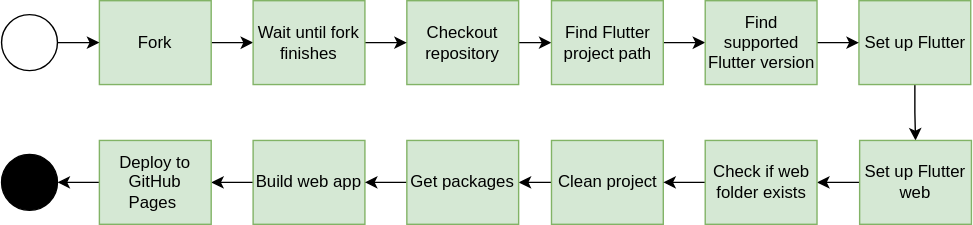
The draw.io diagram docs/action-steps.drawio.svg in ukoreh/actions, before a commit. Source tidied: cells renumbered, new cells last; positions are measured from the earlier drawing's top-left corner, leaving out a move shared by most shapes.
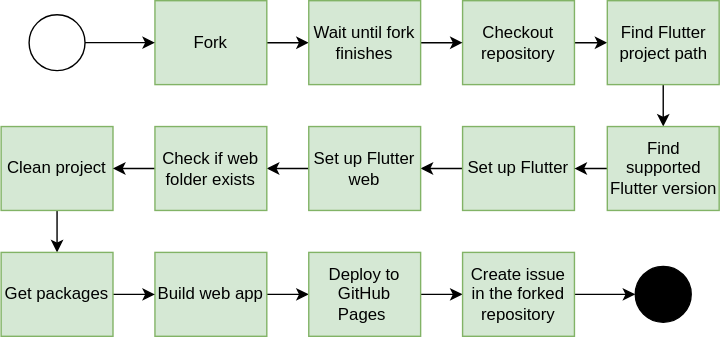
Above is the later version.

Commit message:
docs(README): update steps diagram with the new workglow step

What changed in the source:
```diff
@@ -20,30 +20,28 @@
       <mxGeometry relative="1" as="geometry" />
     </mxCell>
     <mxCell id="7" value="Clean project" style="rounded=0;whiteSpace=wrap;html=1;fontFamily=Helvetica;fontSize=12;align=center;fillColor=#d5e8d4;strokeColor=#82b366;" parent="1" vertex="1">
-      <mxGeometry x="393.5" y="100" width="80" height="60" as="geometry" />
+      <mxGeometry x="-40" y="90" width="80" height="60" as="geometry" />
     </mxCell>
-    <mxCell id="8" style="edgeStyle=orthogonalEdgeStyle;rounded=0;jettySize=auto;html=1;" parent="1" edge="1" source="9" target="11">
+    <mxCell id="8" style="edgeStyle=orthogonalEdgeStyle;rounded=0;jettySize=auto;html=1;entryX=0;entryY=0.5;entryDx=0;entryDy=0;" parent="1" edge="1" source="9" target="11">
       <mxGeometry relative="1" as="geometry" />
     </mxCell>
     <mxCell id="9" value="Build web app" style="rounded=0;whiteSpace=wrap;html=1;fontFamily=Helvetica;fontSize=12;align=center;fillColor=#d5e8d4;strokeColor=#82b366;" parent="1" vertex="1">
-      <mxGeometry x="180" y="100" width="80" height="60" as="geometry" />
+      <mxGeometry x="70" y="180" width="80" height="60" as="geometry" />
     </mxCell>
-    <mxCell id="10" style="edgeStyle=orthogonalEdgeStyle;rounded=0;jettySize=auto;html=1;entryX=1;entryY=0.5;entryDx=0;entryDy=0;" parent="1" edge="1" source="11" target="12">
-      <mxGeometry relative="1" as="geometry" />
-    </mxCell>
+    <mxCell id="29" style="edgeStyle=orthogonalEdgeStyle;rounded=0;jettySize=auto;html=1;entryX=0;entryY=0.5;entryDx=0;entryDy=0;" parent="1" edge="1" source="11" target="32">
+      <mxGeometry relative="1" as="geometry" />
+    </mxCell>
     <mxCell id="11" value="Deploy to GitHub Pages&amp;nbsp;" style="rounded=0;whiteSpace=wrap;html=1;fontFamily=Helvetica;fontSize=12;align=center;fillColor=#d5e8d4;strokeColor=#82b366;" parent="1" vertex="1">
-      <mxGeometry x="70" y="100" width="80" height="60" as="geometry" />
+      <mxGeometry x="180" y="180" width="80" height="60" as="geometry" />
     </mxCell>
     <mxCell id="12" style="ellipse;whiteSpace=wrap;html=1;fontColor=#000000;rounded=0;fillColor=#000000;" parent="1" vertex="1">
-      <mxGeometry y="110" width="40" height="40" as="geometry" />
+      <mxGeometry x="413.5" y="190" width="40" height="40" as="geometry" />
     </mxCell>
     <mxCell id="13" style="ellipse;whiteSpace=wrap;html=1;fontColor=#000000;rounded=0;fillColor=#ffffff;" parent="1" vertex="1">
-      <mxGeometry y="10" width="40" height="40" as="geometry" />
+      <mxGeometry x="-20" y="10" width="40" height="40" as="geometry" />
     </mxCell>
-    <mxCell id="14" style="edgeStyle=orthogonalEdgeStyle;rounded=0;jettySize=auto;html=1;entryX=0;entryY=0.5;entryDx=0;entryDy=0;" parent="1" edge="1" target="3">
-      <mxGeometry relative="1" as="geometry">
-        <mxPoint x="40" y="30" as="sourcePoint" />
-      </mxGeometry>
+    <mxCell id="14" style="edgeStyle=orthogonalEdgeStyle;rounded=0;jettySize=auto;html=1;entryX=0;entryY=0.5;entryDx=0;entryDy=0;exitX=1;exitY=0.5;exitDx=0;exitDy=0;" parent="1" edge="1" source="13" target="3">
+      <mxGeometry relative="1" as="geometry" />
     </mxCell>
     <mxCell id="15" style="edgeStyle=orthogonalEdgeStyle;rounded=0;jettySize=auto;html=1;" parent="1" edge="1" source="16" target="5">
       <mxGeometry relative="1" as="geometry" />
@@ -51,43 +49,47 @@
     <mxCell id="16" value="Wait until fork finishes" style="rounded=0;whiteSpace=wrap;html=1;fontFamily=Helvetica;fontSize=12;align=center;fillColor=#d5e8d4;strokeColor=#82b366;" parent="1" vertex="1">
       <mxGeometry x="180" width="80" height="60" as="geometry" />
     </mxCell>
-    <mxCell id="17" style="edgeStyle=orthogonalEdgeStyle;rounded=0;jettySize=auto;html=1;" parent="1" edge="1" source="18">
-      <mxGeometry relative="1" as="geometry">
-        <mxPoint x="503.5" y="30" as="targetPoint" />
-      </mxGeometry>
-    </mxCell>
+    <mxCell id="30" style="edgeStyle=orthogonalEdgeStyle;rounded=0;jettySize=auto;html=1;entryX=0.5;entryY=0;entryDx=0;entryDy=0;" parent="1" edge="1" source="18" target="22">
+      <mxGeometry relative="1" as="geometry" />
+    </mxCell>
     <mxCell id="18" value="Find Flutter project path" style="rounded=0;whiteSpace=wrap;html=1;fontFamily=Helvetica;fontSize=12;align=center;fillColor=#d5e8d4;strokeColor=#82b366;" parent="1" vertex="1">
       <mxGeometry x="393.5" width="80" height="60" as="geometry" />
     </mxCell>
-    <mxCell id="19" style="edgeStyle=orthogonalEdgeStyle;rounded=0;jettySize=auto;html=1;entryX=0.5;entryY=0;entryDx=0;entryDy=0;" parent="1" edge="1" source="20" target="24">
+    <mxCell id="19" style="edgeStyle=orthogonalEdgeStyle;rounded=0;jettySize=auto;html=1;entryX=1;entryY=0.5;entryDx=0;entryDy=0;" parent="1" edge="1" source="20" target="24">
       <mxGeometry relative="1" as="geometry" />
     </mxCell>
     <mxCell id="20" value="Set up Flutter" style="rounded=0;whiteSpace=wrap;html=1;fontFamily=Helvetica;fontSize=12;align=center;fillColor=#d5e8d4;strokeColor=#82b366;" parent="1" vertex="1">
-      <mxGeometry x="613.5" width="80" height="60" as="geometry" />
+      <mxGeometry x="290" y="90" width="80" height="60" as="geometry" />
     </mxCell>
     <mxCell id="21" style="edgeStyle=orthogonalEdgeStyle;rounded=0;jettySize=auto;html=1;" parent="1" edge="1" source="22" target="20">
       <mxGeometry relative="1" as="geometry" />
     </mxCell>
     <mxCell id="22" value="Find supported Flutter version" style="rounded=0;whiteSpace=wrap;html=1;fontFamily=Helvetica;fontSize=12;align=center;fillColor=#d5e8d4;strokeColor=#82b366;" parent="1" vertex="1">
-      <mxGeometry x="503.5" width="80" height="60" as="geometry" />
+      <mxGeometry x="393.5" y="90" width="80" height="60" as="geometry" />
     </mxCell>
-    <mxCell id="23" style="edgeStyle=orthogonalEdgeStyle;rounded=0;jettySize=auto;html=1;" parent="1" edge="1" source="24" target="26">
+    <mxCell id="23" style="edgeStyle=orthogonalEdgeStyle;rounded=0;jettySize=auto;html=1;entryX=1;entryY=0.5;entryDx=0;entryDy=0;" parent="1" edge="1" source="24" target="26">
       <mxGeometry relative="1" as="geometry" />
     </mxCell>
     <mxCell id="24" value="Set up Flutter web" style="rounded=0;whiteSpace=wrap;html=1;fontFamily=Helvetica;fontSize=12;align=center;fillColor=#d5e8d4;strokeColor=#82b366;" parent="1" vertex="1">
-      <mxGeometry x="614" y="100" width="80" height="60" as="geometry" />
+      <mxGeometry x="180" y="90" width="80" height="60" as="geometry" />
     </mxCell>
     <mxCell id="25" style="edgeStyle=orthogonalEdgeStyle;rounded=0;jettySize=auto;html=1;entryX=1;entryY=0.5;entryDx=0;entryDy=0;" parent="1" edge="1" source="26" target="7">
       <mxGeometry relative="1" as="geometry" />
     </mxCell>
     <mxCell id="26" value="Check if web folder exists" style="rounded=0;whiteSpace=wrap;html=1;fontFamily=Helvetica;fontSize=12;align=center;fillColor=#d5e8d4;strokeColor=#82b366;" parent="1" vertex="1">
-      <mxGeometry x="503.5" y="100" width="80" height="60" as="geometry" />
+      <mxGeometry x="70" y="90" width="80" height="60" as="geometry" />
     </mxCell>
-    <mxCell id="27" style="edgeStyle=orthogonalEdgeStyle;rounded=0;jettySize=auto;html=1;entryX=1;entryY=0.5;entryDx=0;entryDy=0;" parent="1" edge="1" source="28" target="9">
+    <mxCell id="27" style="edgeStyle=orthogonalEdgeStyle;rounded=0;jettySize=auto;html=1;" parent="1" edge="1" source="28" target="9">
       <mxGeometry relative="1" as="geometry" />
     </mxCell>
     <mxCell id="28" value="Get packages" style="rounded=0;whiteSpace=wrap;html=1;fontFamily=Helvetica;fontSize=12;align=center;fillColor=#d5e8d4;strokeColor=#82b366;" parent="1" vertex="1">
-      <mxGeometry x="290" y="100" width="80" height="60" as="geometry" />
+      <mxGeometry x="-40" y="180" width="80" height="60" as="geometry" />
     </mxCell>
+    <mxCell id="31" style="edgeStyle=orthogonalEdgeStyle;rounded=0;jettySize=auto;html=1;entryX=0;entryY=0.5;entryDx=0;entryDy=0;" parent="1" edge="1" source="32" target="12">
+      <mxGeometry relative="1" as="geometry" />
+    </mxCell>
+    <mxCell id="32" value="Create issue in the forked repository" style="rounded=0;whiteSpace=wrap;html=1;fontFamily=Helvetica;fontSize=12;align=center;fillColor=#d5e8d4;strokeColor=#82b366;" parent="1" vertex="1">
+      <mxGeometry x="290" y="180" width="80" height="60" as="geometry" />
+    </mxCell>
   </root>
 </mxGraphModel>
```
